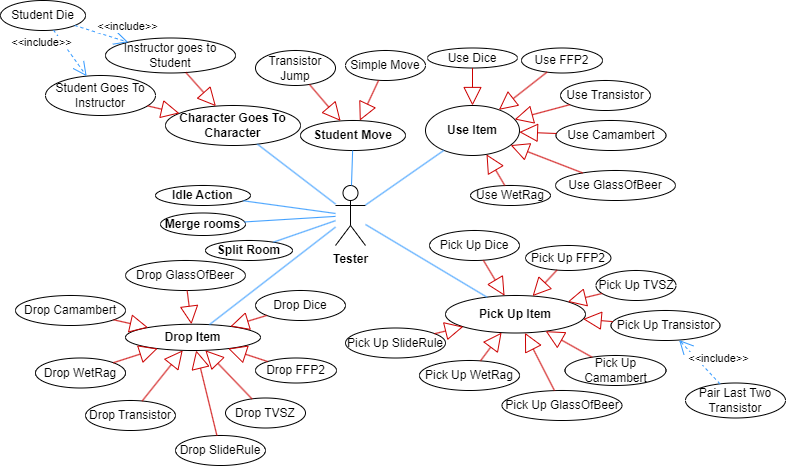
The draw.io diagram Beadások/4. Beadás/Use(Test)-Case.drawio.png in XanleR/U.B.R.---Projlab-2024, before a commit. Source tidied: cells renumbered, new cells last; positions are measured from the earlier drawing's top-left corner, leaving out a move shared by most shapes.
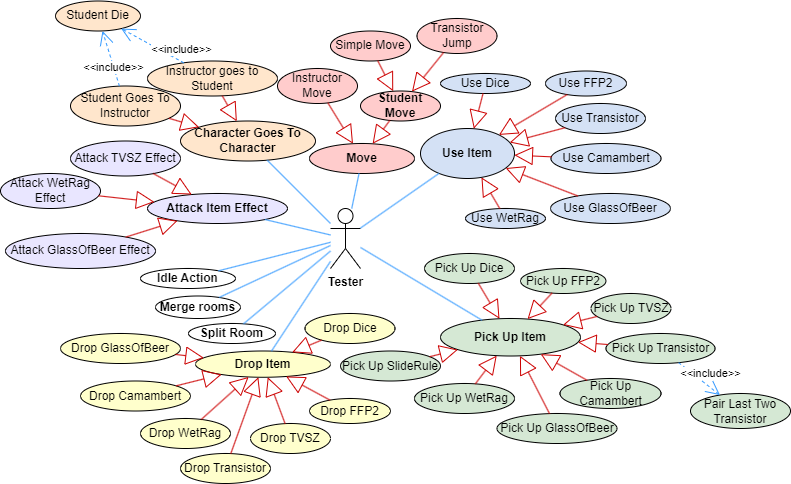
After the commit.

What changed in the source:
```diff
@@ -5,46 +5,46 @@
     <mxCell id="2" value="&lt;b&gt;Tester&lt;/b&gt;" style="shape=umlActor;verticalLabelPosition=bottom;verticalAlign=top;html=1;strokeColor=#000000;" parent="1" vertex="1">
       <mxGeometry x="335" y="185" width="30" height="60" as="geometry" />
     </mxCell>
-    <mxCell id="3" value="&lt;b&gt;Student Move&lt;/b&gt;" style="ellipse;whiteSpace=wrap;html=1;" parent="1" vertex="1">
-      <mxGeometry x="300" y="120" width="105" height="30" as="geometry" />
+    <mxCell id="3" value="&lt;b&gt;Move&lt;/b&gt;" style="ellipse;whiteSpace=wrap;html=1;fillColor=#FFCCCC;" parent="1" vertex="1">
+      <mxGeometry x="314" y="120" width="105" height="30" as="geometry" />
     </mxCell>
-    <mxCell id="4" value="Transistor Jump" style="ellipse;whiteSpace=wrap;html=1;" parent="1" vertex="1">
-      <mxGeometry x="255" y="50" width="80" height="35" as="geometry" />
+    <mxCell id="4" value="Transistor Jump" style="ellipse;whiteSpace=wrap;html=1;fillColor=#FFCCCC;" parent="1" vertex="1">
+      <mxGeometry x="421.5" y="-5" width="80" height="35" as="geometry" />
     </mxCell>
-    <mxCell id="5" value="Simple Move" style="ellipse;whiteSpace=wrap;html=1;" parent="1" vertex="1">
-      <mxGeometry x="345" y="50" width="80" height="30" as="geometry" />
+    <mxCell id="5" value="Simple Move" style="ellipse;whiteSpace=wrap;html=1;fillColor=#FFCCCC;" parent="1" vertex="1">
+      <mxGeometry x="335" y="7.5" width="80" height="30" as="geometry" />
     </mxCell>
-    <mxCell id="6" style="endArrow=block;endSize=16;endFill=0;html=1;rounded=0;strokeColor=#CC0000;" parent="1" edge="1" source="4" target="3">
+    <mxCell id="6" style="endArrow=block;endSize=16;endFill=0;html=1;rounded=0;strokeColor=#CC0000;" parent="1" edge="1" source="4" target="77">
       <mxGeometry relative="1" as="geometry" />
     </mxCell>
-    <mxCell id="7" style="endArrow=block;endSize=16;endFill=0;html=1;rounded=0;strokeColor=#CC0000;" parent="1" edge="1" source="5" target="3">
+    <mxCell id="7" style="endArrow=block;endSize=16;endFill=0;html=1;rounded=0;strokeColor=#CC0000;" parent="1" edge="1" source="5" target="77">
       <mxGeometry relative="1" as="geometry" />
     </mxCell>
-    <mxCell id="8" value="&lt;b&gt;Use Item&lt;/b&gt;" style="ellipse;whiteSpace=wrap;html=1;" parent="1" vertex="1">
+    <mxCell id="8" value="&lt;b&gt;Use Item&lt;/b&gt;" style="ellipse;whiteSpace=wrap;html=1;fillColor=#D4E1F5;" parent="1" vertex="1">
       <mxGeometry x="425" y="105" width="94" height="50" as="geometry" />
     </mxCell>
-    <mxCell id="9" value="Use Dice" style="ellipse;whiteSpace=wrap;html=1;" parent="1" vertex="1">
-      <mxGeometry x="427" y="47.5" width="90" height="20" as="geometry" />
+    <mxCell id="9" value="Use Dice" style="ellipse;whiteSpace=wrap;html=1;fillColor=#D4E1F5;" parent="1" vertex="1">
+      <mxGeometry x="445" y="50" width="90" height="20" as="geometry" />
     </mxCell>
     <mxCell id="10" style="endArrow=none;html=1;rounded=0;strokeColor=#3399FF;" parent="1" edge="1" source="2" target="3">
       <mxGeometry relative="1" as="geometry" />
     </mxCell>
-    <mxCell id="11" value="Use FFP2" style="ellipse;whiteSpace=wrap;html=1;" parent="1" vertex="1">
-      <mxGeometry x="521" y="47.5" width="81" height="25" as="geometry" />
+    <mxCell id="11" value="Use FFP2" style="ellipse;whiteSpace=wrap;html=1;fillColor=#D4E1F5;" parent="1" vertex="1">
+      <mxGeometry x="550" y="47.5" width="81" height="25" as="geometry" />
     </mxCell>
     <mxCell id="12" style="endArrow=none;html=1;rounded=0;strokeColor=#3399FF;" parent="1" edge="1" source="2" target="8">
       <mxGeometry relative="1" as="geometry" />
     </mxCell>
-    <mxCell id="13" value="Use Transistor" style="ellipse;whiteSpace=wrap;html=1;" parent="1" vertex="1">
+    <mxCell id="13" value="Use Transistor" style="ellipse;whiteSpace=wrap;html=1;fillColor=#D4E1F5;" parent="1" vertex="1">
       <mxGeometry x="560" y="80" width="90" height="30" as="geometry" />
     </mxCell>
-    <mxCell id="14" value="Use Camambert" style="ellipse;whiteSpace=wrap;html=1;" parent="1" vertex="1">
+    <mxCell id="14" value="Use Camambert" style="ellipse;whiteSpace=wrap;html=1;fillColor=#D4E1F5;" parent="1" vertex="1">
       <mxGeometry x="555.5" y="120" width="110" height="30" as="geometry" />
     </mxCell>
-    <mxCell id="15" value="Use GlassOfBeer" style="ellipse;whiteSpace=wrap;html=1;" parent="1" vertex="1">
+    <mxCell id="15" value="Use GlassOfBeer" style="ellipse;whiteSpace=wrap;html=1;fillColor=#D4E1F5;" parent="1" vertex="1">
       <mxGeometry x="555" y="170" width="120" height="30" as="geometry" />
     </mxCell>
-    <mxCell id="16" value="Use WetRag" style="ellipse;whiteSpace=wrap;html=1;" parent="1" vertex="1">
+    <mxCell id="16" value="Use WetRag" style="ellipse;whiteSpace=wrap;html=1;fillColor=#D4E1F5;" parent="1" vertex="1">
       <mxGeometry x="470" y="185" width="80" height="20" as="geometry" />
     </mxCell>
     <mxCell id="17" style="endArrow=block;endSize=16;endFill=0;html=1;rounded=0;strokeColor=#CC0000;" parent="1" edge="1" source="9" target="8">
@@ -65,31 +65,31 @@
     <mxCell id="22" style="endArrow=block;endSize=16;endFill=0;html=1;rounded=0;strokeColor=#CC0000;" parent="1" edge="1" source="16" target="8">
       <mxGeometry relative="1" as="geometry" />
     </mxCell>
-    <mxCell id="23" value="&lt;b&gt;Pick Up Item&lt;/b&gt;" style="ellipse;whiteSpace=wrap;html=1;" parent="1" vertex="1">
+    <mxCell id="23" value="&lt;b&gt;Pick Up Item&lt;/b&gt;" style="ellipse;whiteSpace=wrap;html=1;fillColor=#D5E8D4;" parent="1" vertex="1">
       <mxGeometry x="445" y="295" width="140" height="37.5" as="geometry" />
     </mxCell>
-    <mxCell id="24" style="endArrow=none;html=1;rounded=0;strokeColor=#3399FF;" parent="1" edge="1" source="2" target="23">
+    <mxCell id="24" style="endArrow=none;html=1;rounded=0;strokeColor=#3399FF;fillColor=#D5E8D4;" parent="1" edge="1" source="2" target="23">
       <mxGeometry relative="1" as="geometry" />
     </mxCell>
-    <mxCell id="25" value="Pick Up Dice" style="ellipse;whiteSpace=wrap;html=1;" parent="1" vertex="1">
+    <mxCell id="25" value="Pick Up Dice" style="ellipse;whiteSpace=wrap;html=1;fillColor=#D5E8D4;" parent="1" vertex="1">
       <mxGeometry x="429" y="230" width="90" height="30" as="geometry" />
     </mxCell>
-    <mxCell id="26" value="Pick Up&amp;nbsp;FFP2" style="ellipse;whiteSpace=wrap;html=1;" parent="1" vertex="1">
+    <mxCell id="26" value="Pick Up&amp;nbsp;FFP2" style="ellipse;whiteSpace=wrap;html=1;fillColor=#D5E8D4;" parent="1" vertex="1">
       <mxGeometry x="525" y="245" width="85.5" height="25" as="geometry" />
     </mxCell>
-    <mxCell id="27" value="Pick Up TVSZ" style="ellipse;whiteSpace=wrap;html=1;" parent="1" vertex="1">
+    <mxCell id="27" value="Pick Up TVSZ" style="ellipse;whiteSpace=wrap;html=1;fillColor=#D5E8D4;" parent="1" vertex="1">
       <mxGeometry x="595.5" y="270" width="80" height="30" as="geometry" />
     </mxCell>
-    <mxCell id="28" value="Pick Up&amp;nbsp;Transistor" style="ellipse;whiteSpace=wrap;html=1;" parent="1" vertex="1">
+    <mxCell id="28" value="Pick Up&amp;nbsp;Transistor" style="ellipse;whiteSpace=wrap;html=1;fillColor=#D5E8D4;" parent="1" vertex="1">
       <mxGeometry x="610.5" y="310" width="109" height="30" as="geometry" />
     </mxCell>
-    <mxCell id="29" value="Pick Up Camambert" style="ellipse;whiteSpace=wrap;html=1;" parent="1" vertex="1">
+    <mxCell id="29" value="Pick Up Camambert" style="ellipse;whiteSpace=wrap;html=1;fillColor=#D5E8D4;" parent="1" vertex="1">
       <mxGeometry x="564.5" y="355" width="101" height="30" as="geometry" />
     </mxCell>
-    <mxCell id="30" value="Pick Up&amp;nbsp;GlassOfBeer" style="ellipse;whiteSpace=wrap;html=1;" parent="1" vertex="1">
+    <mxCell id="30" value="Pick Up&amp;nbsp;GlassOfBeer" style="ellipse;whiteSpace=wrap;html=1;fillColor=#D5E8D4;" parent="1" vertex="1">
       <mxGeometry x="501.5" y="390" width="120" height="30" as="geometry" />
     </mxCell>
-    <mxCell id="31" value="Pick Up&amp;nbsp;WetRag" style="ellipse;whiteSpace=wrap;html=1;" parent="1" vertex="1">
+    <mxCell id="31" value="Pick Up&amp;nbsp;WetRag" style="ellipse;whiteSpace=wrap;html=1;fillColor=#D5E8D4;" parent="1" vertex="1">
       <mxGeometry x="419" y="360" width="100" height="30" as="geometry" />
     </mxCell>
     <mxCell id="32" style="endArrow=block;endSize=16;endFill=0;html=1;rounded=0;strokeColor=#CC0000;" parent="1" edge="1" source="25" target="23">
@@ -113,53 +113,50 @@
     <mxCell id="38" style="endArrow=block;endSize=16;endFill=0;html=1;rounded=0;strokeColor=#CC0000;" parent="1" edge="1" source="31" target="23">
       <mxGeometry relative="1" as="geometry" />
     </mxCell>
-    <mxCell id="39" value="&lt;b&gt;Idle Action&lt;/b&gt;" style="ellipse;whiteSpace=wrap;html=1;" parent="1" vertex="1">
-      <mxGeometry x="155" y="185" width="95" height="20" as="geometry" />
+    <mxCell id="39" value="&lt;b&gt;Idle Action&lt;/b&gt;" style="ellipse;whiteSpace=wrap;html=1;fillColor=default;" parent="1" vertex="1">
+      <mxGeometry x="145" y="245" width="95" height="20" as="geometry" />
     </mxCell>
     <mxCell id="40" style="endArrow=none;html=1;rounded=0;strokeColor=#3399FF;" parent="1" edge="1" source="39" target="2">
       <mxGeometry relative="1" as="geometry" />
     </mxCell>
-    <mxCell id="41" value="Pair Last Two Transistor" style="ellipse;whiteSpace=wrap;html=1;" parent="1" vertex="1">
-      <mxGeometry x="685" y="382.5" width="100" height="35" as="geometry" />
+    <mxCell id="41" value="Pair Last Two Transistor" style="ellipse;whiteSpace=wrap;html=1;fillColor=#D5E8D4;" parent="1" vertex="1">
+      <mxGeometry x="695" y="370" width="100" height="35" as="geometry" />
     </mxCell>
-    <mxCell id="42" value="&amp;lt;&amp;lt;include&amp;gt;&amp;gt;" style="endArrow=open;endSize=12;dashed=1;html=1;rounded=0;strokeColor=#3399FF;" parent="1" edge="1" source="41" target="28">
-      <mxGeometry x="-0.34" y="-16" relative="1" as="geometry" />
+    <mxCell id="42" value="&amp;lt;&amp;lt;include&amp;gt;&amp;gt;" style="endArrow=open;endSize=12;dashed=1;html=1;rounded=0;strokeColor=#3399FF;" parent="1" edge="1" source="28" target="41">
+      <mxGeometry x="0.21" y="11" relative="1" as="geometry" />
     </mxCell>
-    <mxCell id="43" value="&lt;b&gt;Drop Item&lt;/b&gt;" style="ellipse;whiteSpace=wrap;html=1;" parent="1" vertex="1">
-      <mxGeometry x="125" y="323.8" width="135" height="26.2" as="geometry" />
+    <mxCell id="43" value="&lt;b&gt;Drop Item&lt;/b&gt;" style="ellipse;whiteSpace=wrap;html=1;fillColor=#FFFFCC;" parent="1" vertex="1">
+      <mxGeometry x="200" y="327.5" width="135" height="26.2" as="geometry" />
     </mxCell>
     <mxCell id="44" style="endArrow=none;html=1;rounded=0;strokeColor=#3399FF;" parent="1" edge="1" source="43" target="2">
       <mxGeometry relative="1" as="geometry" />
     </mxCell>
-    <mxCell id="45" value="Pick Up SlideRule" style="ellipse;whiteSpace=wrap;html=1;" parent="1" vertex="1">
+    <mxCell id="45" value="Pick Up SlideRule" style="ellipse;whiteSpace=wrap;html=1;fillColor=#D5E8D4;" parent="1" vertex="1">
       <mxGeometry x="345" y="327.5" width="100" height="30" as="geometry" />
     </mxCell>
     <mxCell id="46" style="endArrow=block;endSize=16;endFill=0;html=1;rounded=0;strokeColor=#CC0000;" parent="1" edge="1" source="45" target="23">
       <mxGeometry relative="1" as="geometry" />
     </mxCell>
-    <mxCell id="47" value="Drop&amp;nbsp;SlideRule" style="ellipse;whiteSpace=wrap;html=1;" parent="1" vertex="1">
-      <mxGeometry x="175" y="435" width="90" height="30" as="geometry" />
-    </mxCell>
-    <mxCell id="48" value="Drop Dice" style="ellipse;whiteSpace=wrap;html=1;" parent="1" vertex="1">
-      <mxGeometry x="255" y="290" width="90" height="30" as="geometry" />
+    <mxCell id="48" value="Drop Dice" style="ellipse;whiteSpace=wrap;html=1;fillColor=#FFFFCC;" parent="1" vertex="1">
+      <mxGeometry x="309.5" y="290" width="90" height="30" as="geometry" />
     </mxCell>
-    <mxCell id="49" value="Drop&amp;nbsp;FFP2" style="ellipse;whiteSpace=wrap;html=1;" parent="1" vertex="1">
-      <mxGeometry x="255" y="357.5" width="81" height="25" as="geometry" />
+    <mxCell id="49" value="Drop&amp;nbsp;FFP2" style="ellipse;whiteSpace=wrap;html=1;fillColor=#FFFFCC;" parent="1" vertex="1">
+      <mxGeometry x="314" y="375" width="81" height="25" as="geometry" />
     </mxCell>
-    <mxCell id="50" value="Drop&amp;nbsp;TVSZ" style="ellipse;whiteSpace=wrap;html=1;" parent="1" vertex="1">
-      <mxGeometry x="225" y="397.5" width="80" height="30" as="geometry" />
+    <mxCell id="50" value="Drop&amp;nbsp;TVSZ" style="ellipse;whiteSpace=wrap;html=1;fillColor=#FFFFCC;" parent="1" vertex="1">
+      <mxGeometry x="255" y="400" width="80" height="30" as="geometry" />
     </mxCell>
-    <mxCell id="51" value="Drop&amp;nbsp;Transistor" style="ellipse;whiteSpace=wrap;html=1;" parent="1" vertex="1">
-      <mxGeometry x="85" y="400" width="90" height="30" as="geometry" />
+    <mxCell id="51" value="Drop&amp;nbsp;Transistor" style="ellipse;whiteSpace=wrap;html=1;fillColor=#FFFFCC;" parent="1" vertex="1">
+      <mxGeometry x="185" y="430" width="90" height="30" as="geometry" />
     </mxCell>
-    <mxCell id="52" value="Drop&amp;nbsp;Camambert" style="ellipse;whiteSpace=wrap;html=1;" parent="1" vertex="1">
-      <mxGeometry x="15" y="295" width="110" height="30" as="geometry" />
+    <mxCell id="52" value="Drop&amp;nbsp;Camambert" style="ellipse;whiteSpace=wrap;html=1;fillColor=#FFFFCC;" parent="1" vertex="1">
+      <mxGeometry x="85" y="357.5" width="110" height="30" as="geometry" />
     </mxCell>
-    <mxCell id="53" value="Drop&amp;nbsp;GlassOfBeer" style="ellipse;whiteSpace=wrap;html=1;" parent="1" vertex="1">
-      <mxGeometry x="125" y="260" width="120" height="30" as="geometry" />
+    <mxCell id="53" value="Drop&amp;nbsp;GlassOfBeer" style="ellipse;whiteSpace=wrap;html=1;fillColor=#FFFFCC;" parent="1" vertex="1">
+      <mxGeometry x="65" y="310" width="120" height="30" as="geometry" />
     </mxCell>
-    <mxCell id="54" value="Drop&amp;nbsp;WetRag" style="ellipse;whiteSpace=wrap;html=1;" parent="1" vertex="1">
-      <mxGeometry x="35" y="357.5" width="90" height="30" as="geometry" />
+    <mxCell id="54" value="Drop&amp;nbsp;WetRag" style="ellipse;whiteSpace=wrap;html=1;fillColor=#FFFFCC;" parent="1" vertex="1">
+      <mxGeometry x="145" y="395" width="90" height="30" as="geometry" />
     </mxCell>
     <mxCell id="55" style="endArrow=block;endSize=16;endFill=0;html=1;rounded=0;strokeColor=#CC0000;" parent="1" edge="1" source="53" target="43">
       <mxGeometry relative="1" as="geometry" />
@@ -173,9 +170,6 @@
     <mxCell id="58" style="endArrow=block;endSize=16;endFill=0;html=1;rounded=0;strokeColor=#CC0000;" parent="1" edge="1" source="50" target="43">
       <mxGeometry relative="1" as="geometry" />
     </mxCell>
-    <mxCell id="59" style="endArrow=block;endSize=16;endFill=0;html=1;rounded=0;strokeColor=#CC0000;" parent="1" edge="1" source="47" target="43">
-      <mxGeometry relative="1" as="geometry" />
-    </mxCell>
     <mxCell id="60" style="endArrow=block;endSize=16;endFill=0;html=1;rounded=0;strokeColor=#CC0000;" parent="1" edge="1" source="51" target="43">
       <mxGeometry relative="1" as="geometry" />
     </mxCell>
@@ -185,11 +179,11 @@
     <mxCell id="62" style="endArrow=block;endSize=16;endFill=0;html=1;rounded=0;strokeColor=#CC0000;" parent="1" edge="1" source="52" target="43">
       <mxGeometry relative="1" as="geometry" />
     </mxCell>
-    <mxCell id="63" value="&lt;b&gt;Merge rooms&lt;/b&gt;" style="ellipse;whiteSpace=wrap;html=1;" parent="1" vertex="1">
-      <mxGeometry x="160" y="212.5" width="85" height="22.5" as="geometry" />
+    <mxCell id="63" value="&lt;b&gt;Merge rooms&lt;/b&gt;" style="ellipse;whiteSpace=wrap;html=1;fillColor=#FFFFFF;" parent="1" vertex="1">
+      <mxGeometry x="160" y="272.5" width="85" height="22.5" as="geometry" />
     </mxCell>
     <mxCell id="64" value="&lt;b&gt;Split Room&lt;/b&gt;" style="ellipse;whiteSpace=wrap;html=1;" parent="1" vertex="1">
-      <mxGeometry x="205" y="240" width="87" height="20" as="geometry" />
+      <mxGeometry x="193" y="300" width="87" height="20" as="geometry" />
     </mxCell>
     <mxCell id="65" style="endArrow=none;html=1;rounded=0;strokeColor=#3399FF;" parent="1" edge="1" source="63" target="2">
       <mxGeometry relative="1" as="geometry" />
@@ -197,17 +191,17 @@
     <mxCell id="66" style="endArrow=none;html=1;rounded=0;strokeColor=#3399FF;" parent="1" edge="1" source="64" target="2">
       <mxGeometry relative="1" as="geometry" />
     </mxCell>
-    <mxCell id="67" value="&lt;b&gt;Character Goes To Character&lt;/b&gt;" style="ellipse;whiteSpace=wrap;html=1;" parent="1" vertex="1">
-      <mxGeometry x="165" y="105" width="135" height="40" as="geometry" />
+    <mxCell id="67" value="&lt;b&gt;Character Goes To Character&lt;/b&gt;" style="ellipse;whiteSpace=wrap;html=1;fillColor=#FFE6CC;" parent="1" vertex="1">
+      <mxGeometry x="185" y="97.5" width="135" height="40" as="geometry" />
     </mxCell>
     <mxCell id="68" style="endArrow=none;html=1;rounded=0;strokeColor=#3399FF;" parent="1" edge="1" source="67" target="2">
       <mxGeometry relative="1" as="geometry" />
     </mxCell>
-    <mxCell id="69" value="Instructor goes to Student" style="ellipse;whiteSpace=wrap;html=1;" parent="1" vertex="1">
-      <mxGeometry x="105" y="37.5" width="130" height="35" as="geometry" />
+    <mxCell id="69" value="Instructor goes to Student" style="ellipse;whiteSpace=wrap;html=1;fillColor=#FFE6CC;" parent="1" vertex="1">
+      <mxGeometry x="152" y="37.5" width="130" height="35" as="geometry" />
     </mxCell>
-    <mxCell id="70" value="Student Goes To Instructor" style="ellipse;whiteSpace=wrap;html=1;" parent="1" vertex="1">
-      <mxGeometry x="45" y="75" width="110" height="40" as="geometry" />
+    <mxCell id="70" value="Student Goes To Instructor" style="ellipse;whiteSpace=wrap;html=1;fillColor=#FFE6CC;" parent="1" vertex="1">
+      <mxGeometry x="75" y="62.5" width="110" height="40" as="geometry" />
     </mxCell>
     <mxCell id="71" style="endArrow=block;endSize=16;endFill=0;html=1;rounded=0;strokeColor=#CC0000;" parent="1" edge="1" source="69" target="67">
       <mxGeometry relative="1" as="geometry" />
@@ -215,17 +209,61 @@
     <mxCell id="72" style="endArrow=block;endSize=16;endFill=0;html=1;rounded=0;strokeColor=#CC0000;" parent="1" edge="1" source="70" target="67">
       <mxGeometry relative="1" as="geometry" />
     </mxCell>
-    <mxCell id="73" value="Student Die" style="ellipse;whiteSpace=wrap;html=1;" parent="1" vertex="1">
-      <mxGeometry width="85" height="30" as="geometry" />
+    <mxCell id="73" value="Student Die" style="ellipse;whiteSpace=wrap;html=1;fillColor=#FFE6CC;" parent="1" vertex="1">
+      <mxGeometry x="60" y="-22.5" width="85" height="30" as="geometry" />
     </mxCell>
-    <mxCell id="74" value="&amp;lt;&amp;lt;include&amp;gt;&amp;gt;" style="endArrow=open;endSize=12;dashed=1;html=1;rounded=0;strokeColor=#3399FF;" parent="1" edge="1" source="73" target="70">
-      <mxGeometry x="-0.87" y="-17" relative="1" as="geometry" />
+    <mxCell id="74" value="&amp;lt;&amp;lt;include&amp;gt;&amp;gt;" style="endArrow=open;endSize=12;dashed=1;html=1;rounded=0;strokeColor=#3399FF;" parent="1" edge="1" source="70" target="73">
+      <mxGeometry x="-0.32" relative="1" as="geometry" />
     </mxCell>
-    <mxCell id="75" value="&amp;lt;&amp;lt;include&amp;gt;&amp;gt;" style="endArrow=open;endSize=12;dashed=1;html=1;rounded=0;strokeColor=#3399FF;" parent="1" edge="1" source="73" target="69">
-      <mxGeometry x="0.81" y="15" relative="1" as="geometry" />
+    <mxCell id="75" value="&amp;lt;&amp;lt;include&amp;gt;&amp;gt;" style="endArrow=open;endSize=12;dashed=1;html=1;rounded=0;strokeColor=#3399FF;" parent="1" edge="1" source="69" target="73">
+      <mxGeometry x="-0.79" y="-10" relative="1" as="geometry">
+        <mxPoint y="-1" as="offset" />
+      </mxGeometry>
     </mxCell>
-    <mxCell id="76" style="edgeStyle=orthogonalEdgeStyle;rounded=0;orthogonalLoop=1;jettySize=auto;html=1;exitX=0.5;exitY=1;exitDx=0;exitDy=0;" parent="1" edge="1" source="41" target="41">
+    <mxCell id="76" style="edgeStyle=orthogonalEdgeStyle;rounded=0;orthogonalLoop=1;jettySize=auto;html=1;exitX=0.5;exitY=1;exitDx=0;exitDy=0;fillColor=#D5E8D4;" parent="1" edge="1" source="41" target="41">
       <mxGeometry relative="1" as="geometry" />
     </mxCell>
+    <mxCell id="77" value="&lt;b&gt;Student Move&lt;/b&gt;" style="ellipse;whiteSpace=wrap;html=1;fillColor=#FFCCCC;" parent="1" vertex="1">
+      <mxGeometry x="365" y="67.5" width="80" height="30" as="geometry" />
+    </mxCell>
+    <mxCell id="78" style="endArrow=block;endSize=16;endFill=0;html=1;rounded=0;strokeColor=#CC0000;" parent="1" edge="1" source="77" target="3">
+      <mxGeometry relative="1" as="geometry" />
+    </mxCell>
+    <mxCell id="79" value="Instructor Move" style="ellipse;whiteSpace=wrap;html=1;fillColor=#FFCCCC;" parent="1" vertex="1">
+      <mxGeometry x="282" y="45" width="80" height="35" as="geometry" />
+    </mxCell>
+    <mxCell id="80" style="endArrow=block;endSize=16;endFill=0;html=1;rounded=0;strokeColor=#CC0000;" parent="1" edge="1" source="79" target="3">
+      <mxGeometry relative="1" as="geometry" />
+    </mxCell>
+    <mxCell id="81" value="&lt;b&gt;Attack Item Effect&lt;/b&gt;" style="ellipse;whiteSpace=wrap;html=1;fillColor=#E9E6FF;" parent="1" vertex="1">
+      <mxGeometry x="152" y="170" width="140" height="30" as="geometry" />
+    </mxCell>
+    <mxCell id="82" style="endArrow=none;html=1;rounded=0;strokeColor=#3399FF;" parent="1" edge="1" source="2" target="81">
+      <mxGeometry relative="1" as="geometry" />
+    </mxCell>
+    <mxCell id="83" value="Attack TVSZ Effect" style="ellipse;whiteSpace=wrap;html=1;fillColor=#E9E6FF;" parent="1" vertex="1">
+      <mxGeometry x="75" y="117.5" width="110" height="35" as="geometry" />
+    </mxCell>
+    <mxCell id="84" value="Attack GlassOfBeer Effect" style="ellipse;whiteSpace=wrap;html=1;fillColor=#E9E6FF;" parent="1" vertex="1">
+      <mxGeometry x="10" y="210" width="150" height="35" as="geometry" />
+    </mxCell>
+    <mxCell id="85" value="Attack WetRag Effect" style="ellipse;whiteSpace=wrap;html=1;fillColor=#E9E6FF;" parent="1" vertex="1">
+      <mxGeometry x="5" y="150" width="100" height="35" as="geometry" />
+    </mxCell>
+    <mxCell id="86" style="endArrow=block;endSize=16;endFill=0;html=1;rounded=0;strokeColor=#CC0000;" parent="1" edge="1" source="83" target="81">
+      <mxGeometry relative="1" as="geometry" />
+    </mxCell>
+    <mxCell id="87" style="endArrow=block;endSize=16;endFill=0;html=1;rounded=0;strokeColor=#CC0000;" parent="1" edge="1" source="84" target="81">
+      <mxGeometry relative="1" as="geometry" />
+    </mxCell>
+    <mxCell id="88" style="endArrow=block;endSize=16;endFill=0;html=1;rounded=0;strokeColor=#CC0000;" parent="1" edge="1" source="85" target="81">
+      <mxGeometry relative="1" as="geometry" />
+    </mxCell>
+    <mxCell id="89" style="edgeStyle=orthogonalEdgeStyle;rounded=0;orthogonalLoop=1;jettySize=auto;html=1;exitX=0.5;exitY=1;exitDx=0;exitDy=0;" parent="1" edge="1">
+      <mxGeometry relative="1" as="geometry">
+        <mxPoint x="175" y="257.5" as="sourcePoint" />
+        <mxPoint x="175" y="257.5" as="targetPoint" />
+      </mxGeometry>
+    </mxCell>
   </root>
 </mxGraphModel>
```
